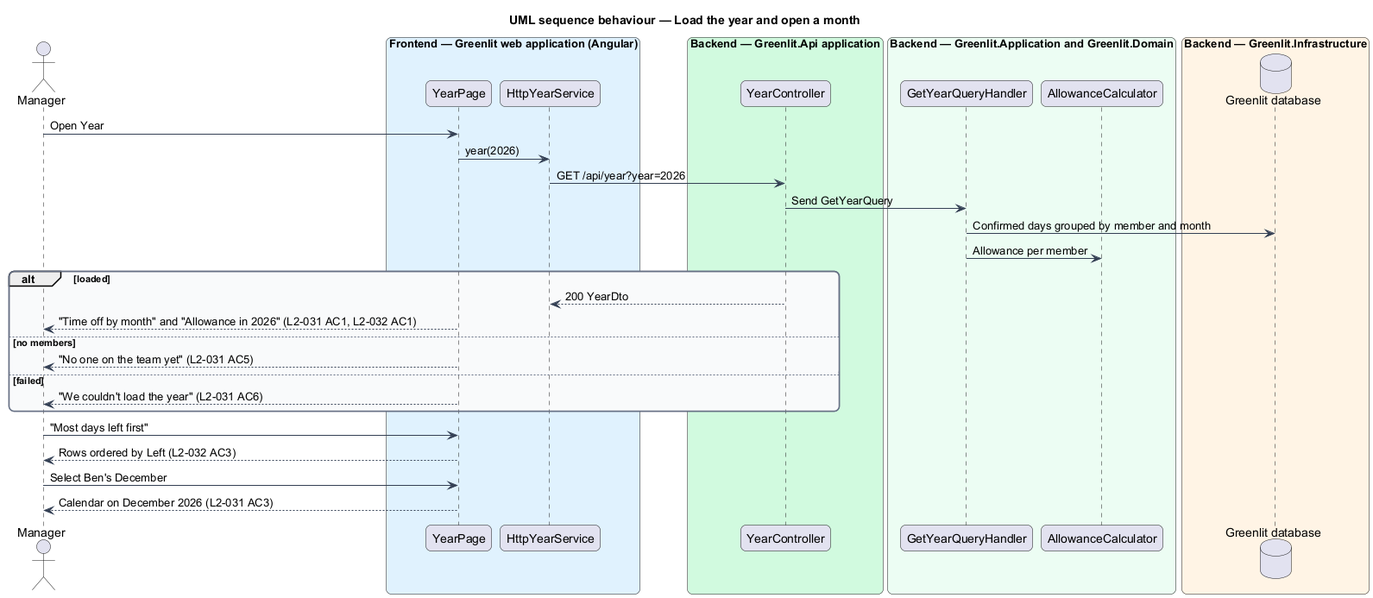
QuinntyneBrown/greenlit keeps this PlantUML diagram as docs/detailed-designs/allowances/year-overview/diagrams/sequence-load-year.png. Above is the earlier version. Its source is kept beside it as docs/detailed-designs/allowances/year-overview/diagrams/sequence-load-year.puml.
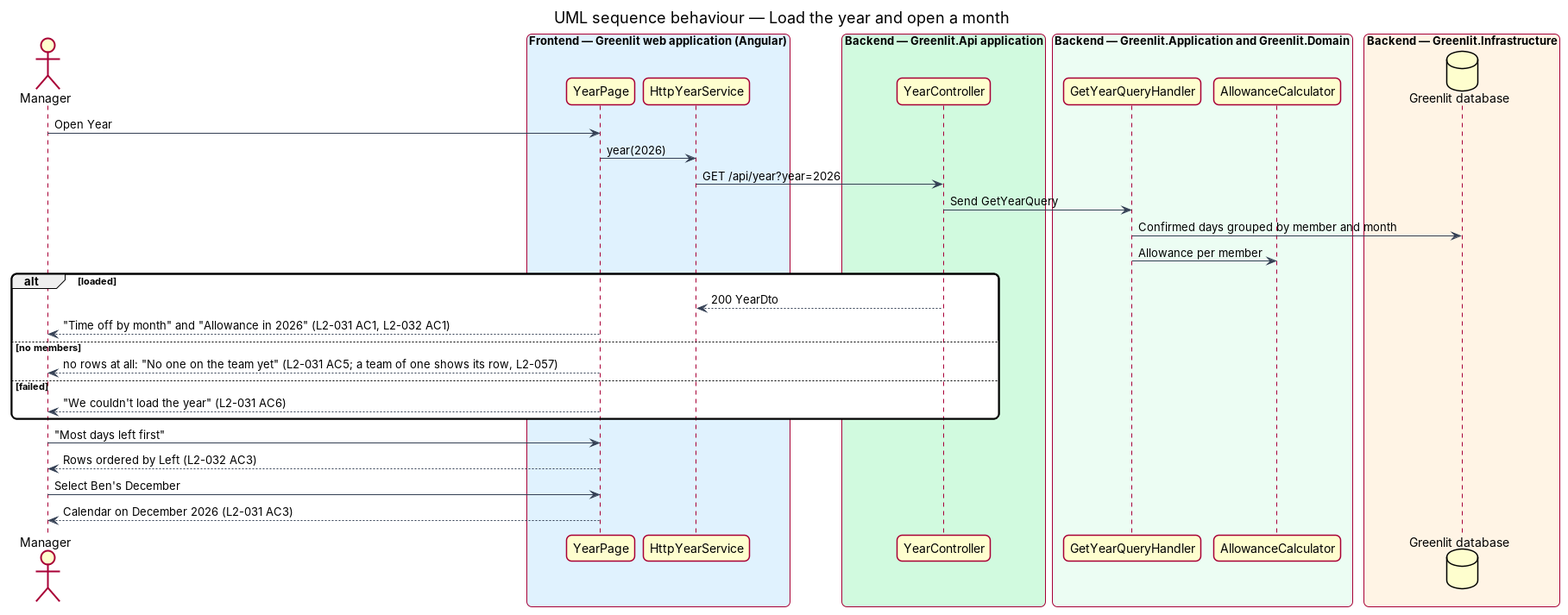
After the commit.

What changed in the source:
```diff
@@ -39,7 +39,7 @@
   ctrl --> client : 200 YearDto
   page --> actor : "Time off by month" and "Allowance in 2026" (L2-031 AC1, L2-032 AC1)
 else no members
-  page --> actor : "No one on the team yet" (L2-031 AC5)
+  page --> actor : no rows at all: "No one on the team yet" (L2-031 AC5; a team of one shows its row, L2-057)
 else failed
   page --> actor : "We couldn't load the year" (L2-031 AC6)
 end
```
